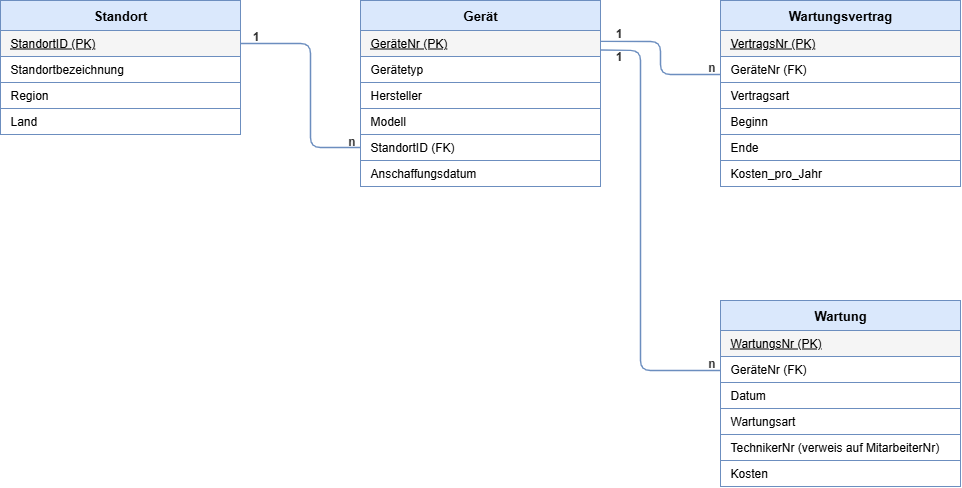
Earlier version of the draw.io export Dokumentation/erm_quellsystem2.png (IchbinsTil/DVS). Source tidied: cells renumbered, new cells last; positions are measured from the earlier drawing's top-left corner, leaving out a move shared by most shapes.
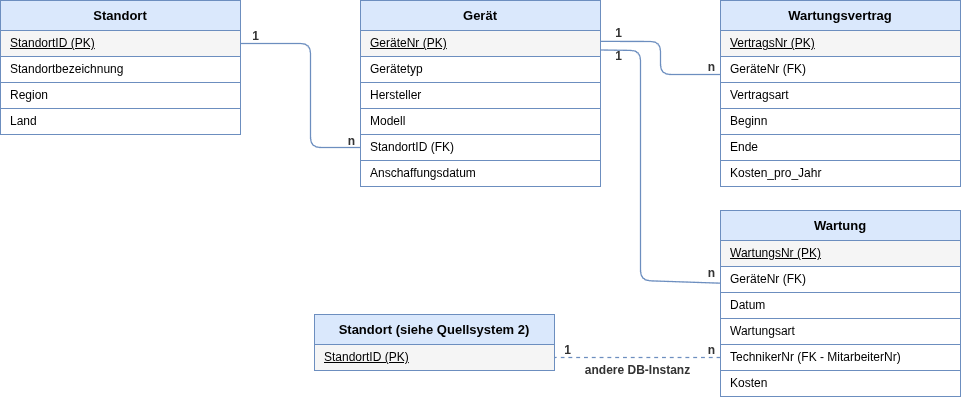
Later version of the same file.

The edit, as a diff of the source:
```diff
@@ -60,25 +60,25 @@
       <mxGeometry x="720" y="160" width="240" height="26" as="geometry" />
     </mxCell>
     <mxCell id="21" value="Wartung" style="rounded=0;whiteSpace=wrap;html=1;fillColor=#dae8fc;strokeColor=#6c8ebf;fontStyle=1;fontSize=13;align=center;verticalAlign=middle;" parent="1" vertex="1">
-      <mxGeometry x="720" y="300" width="240" height="30" as="geometry" />
+      <mxGeometry x="720" y="210" width="240" height="30" as="geometry" />
     </mxCell>
     <mxCell id="22" value="WartungsNr (PK)" style="rounded=0;whiteSpace=wrap;html=1;fillColor=#f5f5f5;strokeColor=#6c8ebf;fontStyle=4;fontSize=12;align=left;spacingLeft=8;" parent="1" vertex="1">
-      <mxGeometry x="720" y="330" width="240" height="26" as="geometry" />
+      <mxGeometry x="720" y="240" width="240" height="26" as="geometry" />
     </mxCell>
     <mxCell id="23" value="GeräteNr (FK)" style="rounded=0;whiteSpace=wrap;html=1;fillColor=#ffffff;strokeColor=#6c8ebf;fontSize=12;align=left;spacingLeft=8;" parent="1" vertex="1">
-      <mxGeometry x="720" y="356" width="240" height="26" as="geometry" />
+      <mxGeometry x="720" y="266" width="240" height="26" as="geometry" />
     </mxCell>
     <mxCell id="24" value="Datum" style="rounded=0;whiteSpace=wrap;html=1;fillColor=#ffffff;strokeColor=#6c8ebf;fontSize=12;align=left;spacingLeft=8;" parent="1" vertex="1">
-      <mxGeometry x="720" y="382" width="240" height="26" as="geometry" />
+      <mxGeometry x="720" y="292" width="240" height="26" as="geometry" />
     </mxCell>
     <mxCell id="25" value="Wartungsart" style="rounded=0;whiteSpace=wrap;html=1;fillColor=#ffffff;strokeColor=#6c8ebf;fontSize=12;align=left;spacingLeft=8;" parent="1" vertex="1">
-      <mxGeometry x="720" y="408" width="240" height="26" as="geometry" />
+      <mxGeometry x="720" y="318" width="240" height="26" as="geometry" />
     </mxCell>
-    <mxCell id="26" value="TechnikerNr (verweis auf MitarbeiterNr)" style="rounded=0;whiteSpace=wrap;html=1;fillColor=#ffffff;strokeColor=#6c8ebf;fontSize=12;align=left;spacingLeft=8;" parent="1" vertex="1">
-      <mxGeometry x="720" y="434" width="240" height="26" as="geometry" />
+    <mxCell id="26" value="TechnikerNr (FK - MitarbeiterNr)" style="rounded=0;whiteSpace=wrap;html=1;fillColor=#ffffff;strokeColor=#6c8ebf;fontSize=12;align=left;spacingLeft=8;" parent="1" vertex="1">
+      <mxGeometry x="720" y="344" width="240" height="26" as="geometry" />
     </mxCell>
     <mxCell id="27" value="Kosten" style="rounded=0;whiteSpace=wrap;html=1;fillColor=#ffffff;strokeColor=#6c8ebf;fontSize=12;align=left;spacingLeft=8;" parent="1" vertex="1">
-      <mxGeometry x="720" y="460" width="240" height="26" as="geometry" />
+      <mxGeometry x="720" y="370" width="240" height="26" as="geometry" />
     </mxCell>
     <mxCell id="28" style="html=1;endArrow=none;startArrow=none;strokeColor=#6c8ebf;strokeWidth=1.3;entryX=0;entryY=0.5;entryDx=0;entryDy=0;exitX=1;exitY=0.5;exitDx=0;exitDy=0;" parent="1" edge="1" source="3" target="12">
       <mxGeometry relative="1" as="geometry">
@@ -106,12 +106,11 @@
     <mxCell id="32" value="1" style="text;html=1;align=center;verticalAlign=middle;fontSize=12;fontStyle=1;fontColor=#333333;" parent="1" vertex="1">
       <mxGeometry x="605" y="23" width="26" height="20" as="geometry" />
     </mxCell>
-    <mxCell id="33" style="html=1;endArrow=none;startArrow=none;strokeColor=#6c8ebf;strokeWidth=1.3;entryX=0.999;entryY=0.55;entryDx=0;entryDy=0;exitX=1;exitY=0.75;exitDx=0;exitDy=0;entryPerimeter=0;" parent="1" edge="1" source="8">
+    <mxCell id="33" style="html=1;endArrow=none;startArrow=none;strokeColor=#6c8ebf;strokeWidth=1.3;entryX=-0.002;entryY=0.641;entryDx=0;entryDy=0;exitX=1;exitY=0.75;exitDx=0;exitDy=0;entryPerimeter=0;" parent="1" edge="1" source="8" target="23">
       <mxGeometry relative="1" as="geometry">
-        <mxPoint x="720" y="370" as="targetPoint" />
         <Array as="points">
           <mxPoint x="640" y="50" />
-          <mxPoint x="640" y="370" />
+          <mxPoint x="640" y="280" />
         </Array>
       </mxGeometry>
     </mxCell>
@@ -119,10 +118,28 @@
       <mxGeometry x="698" y="57" width="26" height="20" as="geometry" />
     </mxCell>
     <mxCell id="35" value="n" style="text;html=1;align=center;verticalAlign=middle;fontSize=12;fontStyle=1;fontColor=#333333;" parent="1" vertex="1">
-      <mxGeometry x="698" y="353" width="26" height="20" as="geometry" />
+      <mxGeometry x="698" y="263" width="26" height="20" as="geometry" />
     </mxCell>
     <mxCell id="36" value="1" style="text;html=1;align=center;verticalAlign=middle;fontSize=12;fontStyle=1;fontColor=#333333;" parent="1" vertex="1">
       <mxGeometry x="605" y="46" width="26" height="20" as="geometry" />
     </mxCell>
+    <mxCell id="37" value="Standort (siehe Quellsystem 2)" style="rounded=0;whiteSpace=wrap;html=1;fillColor=#dae8fc;strokeColor=#6c8ebf;fontStyle=1;fontSize=13;align=center;verticalAlign=middle;" parent="1" vertex="1">
+      <mxGeometry x="314" y="314" width="240" height="30" as="geometry" />
+    </mxCell>
+    <mxCell id="38" value="StandortID (PK)" style="rounded=0;whiteSpace=wrap;html=1;fillColor=#f5f5f5;strokeColor=#6c8ebf;fontStyle=4;fontSize=12;align=left;spacingLeft=8;" parent="1" vertex="1">
+      <mxGeometry x="314" y="344" width="240" height="26" as="geometry" />
+    </mxCell>
+    <mxCell id="39" value="1" style="text;html=1;align=center;verticalAlign=middle;fontSize=12;fontStyle=1;fontColor=#333333;" parent="1" vertex="1">
+      <mxGeometry x="554" y="340" width="26" height="20" as="geometry" />
+    </mxCell>
+    <mxCell id="40" style="html=1;endArrow=none;startArrow=none;strokeColor=#6c8ebf;strokeWidth=1.3;dashed=1;entryX=1;entryY=0.5;entryDx=0;entryDy=0;exitX=0;exitY=0.5;exitDx=0;exitDy=0;" parent="1" edge="1" source="26" target="38">
+      <mxGeometry relative="1" as="geometry" />
+    </mxCell>
+    <mxCell id="41" value="andere DB-Instanz" style="text;html=1;align=center;verticalAlign=middle;fontSize=12;fontStyle=1;fontColor=#333333;" parent="1" vertex="1">
+      <mxGeometry x="567" y="360" width="140" height="20" as="geometry" />
+    </mxCell>
+    <mxCell id="42" value="n" style="text;html=1;align=center;verticalAlign=middle;fontSize=12;fontStyle=1;fontColor=#333333;" parent="1" vertex="1">
+      <mxGeometry x="698" y="340" width="26" height="20" as="geometry" />
+    </mxCell>
   </root>
 </mxGraphModel>
```
